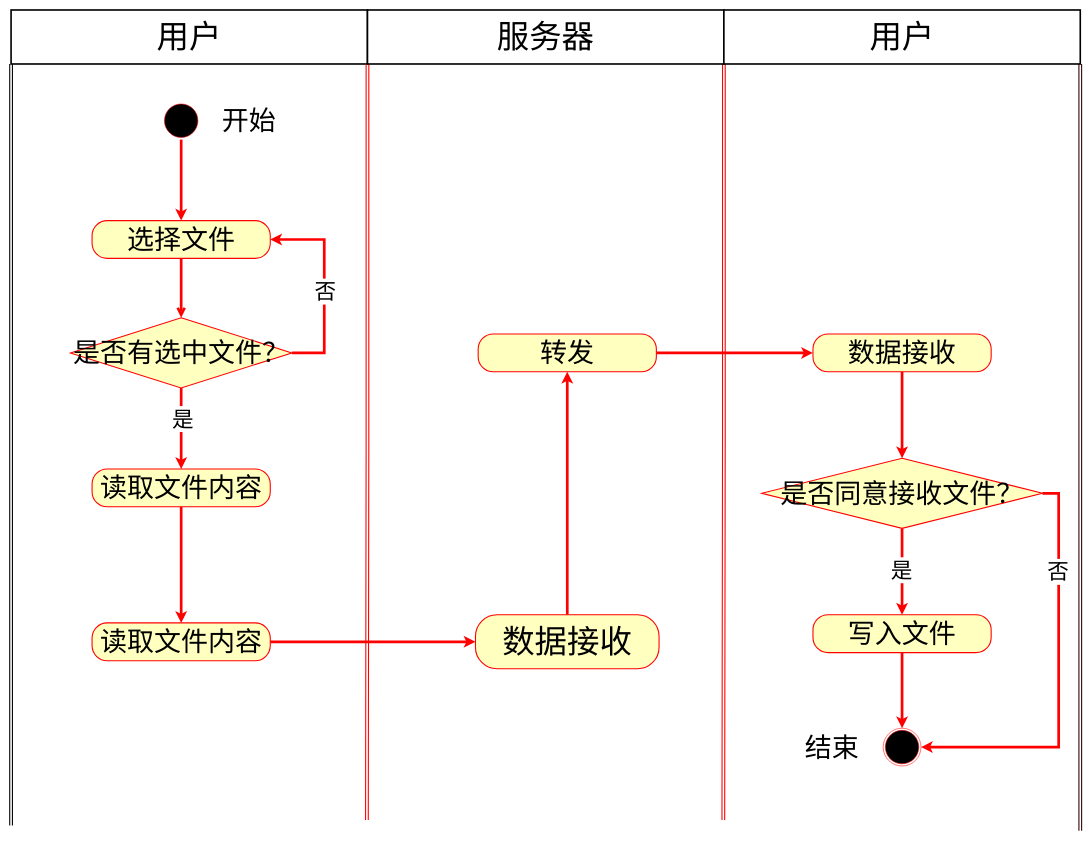
Earlier version of the draw.io diagram chart/发送文件活动图.drawio (YangGuiTong/QtQQ). Source tidied: cells renumbered, new cells numbered last; positions are measured from the earlier drawing's top-left corner, leaving out a move shared by most shapes. Both pictures are drawn from the tidied source at 54%, with x=0, y=0 at pixel (11, 10).
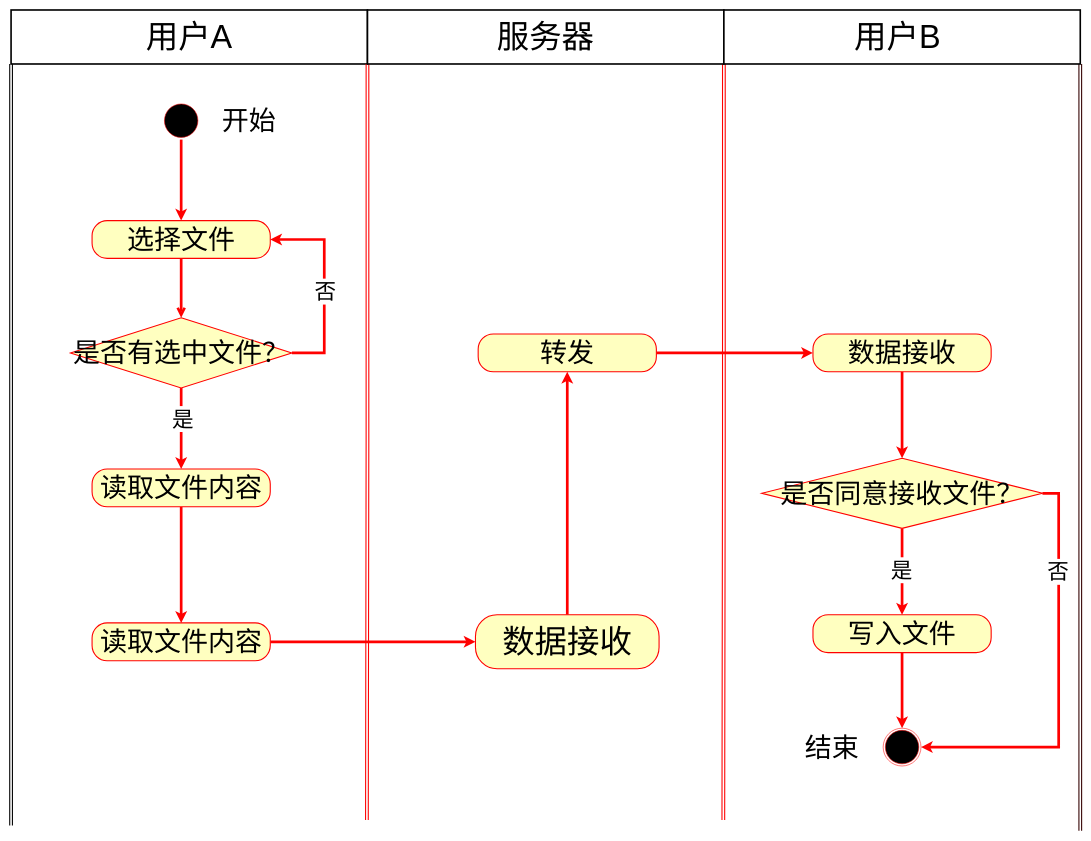
After the change.

Commit message:
更新发送文件活动图.drawio

Diff of the diagram source:
```diff
@@
-    <mxCell id="3" value="用户" style="html=1;whiteSpace=wrap;strokeWidth=3;fontSize=60;" parent="1" vertex="1">
+    <mxCell id="3" value="用户A" style="html=1;whiteSpace=wrap;strokeWidth=3;fontSize=60;" parent="1" vertex="1">
       <mxGeometry width="660" height="100" as="geometry" />
     </mxCell>
@@
-    <mxCell id="22" value="用户" style="html=1;whiteSpace=wrap;strokeWidth=3;fontSize=60;" parent="1" vertex="1">
+    <mxCell id="22" value="用户B&amp;nbsp;" style="html=1;whiteSpace=wrap;strokeWidth=3;fontSize=60;" parent="1" vertex="1">
       <mxGeometry x="1320" width="660" height="100" as="geometry" />
     </mxCell>
```
